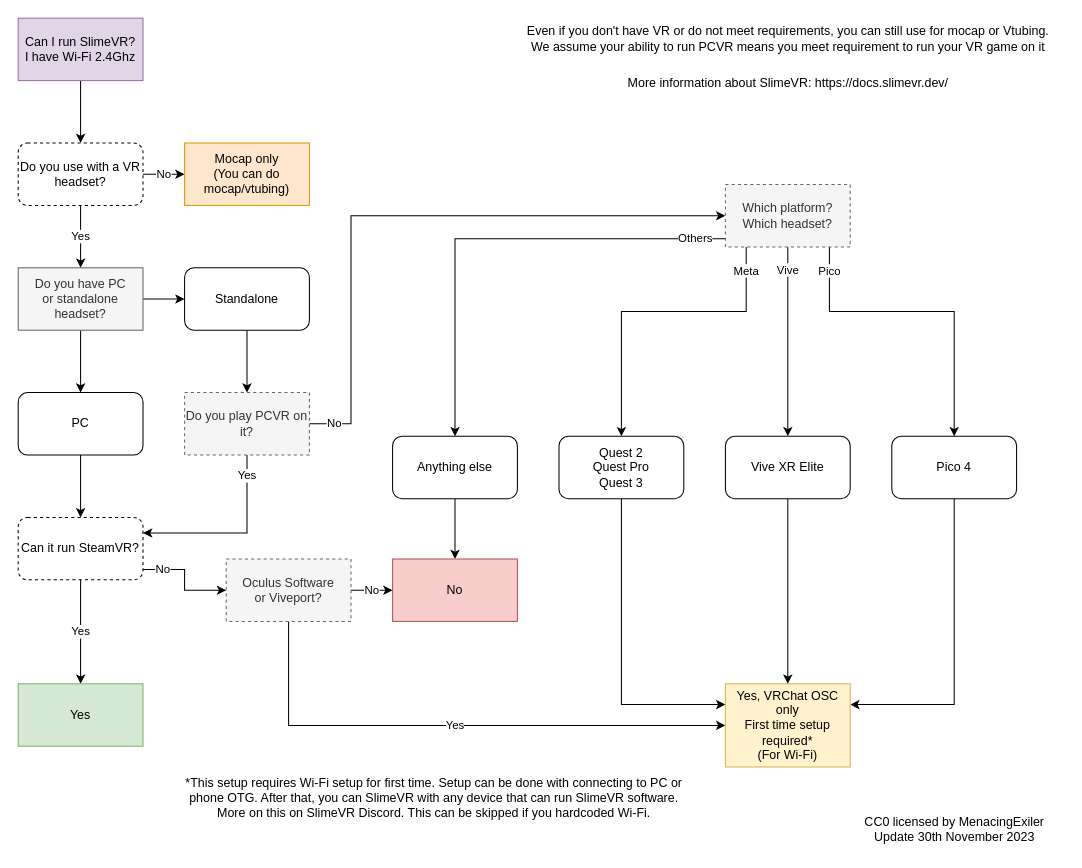
The draw.io diagram SlimeGuide.drawio in MenacingExiler/CanIRunSlimeVR, before the edit. Source tidied: cells renumbered, new cells numbered last; positions are measured from the earlier drawing's top-left corner, leaving out a move shared by most shapes. Both pictures are drawn from the tidied source at 104%, with x=0, y=0 at pixel (18, 18).
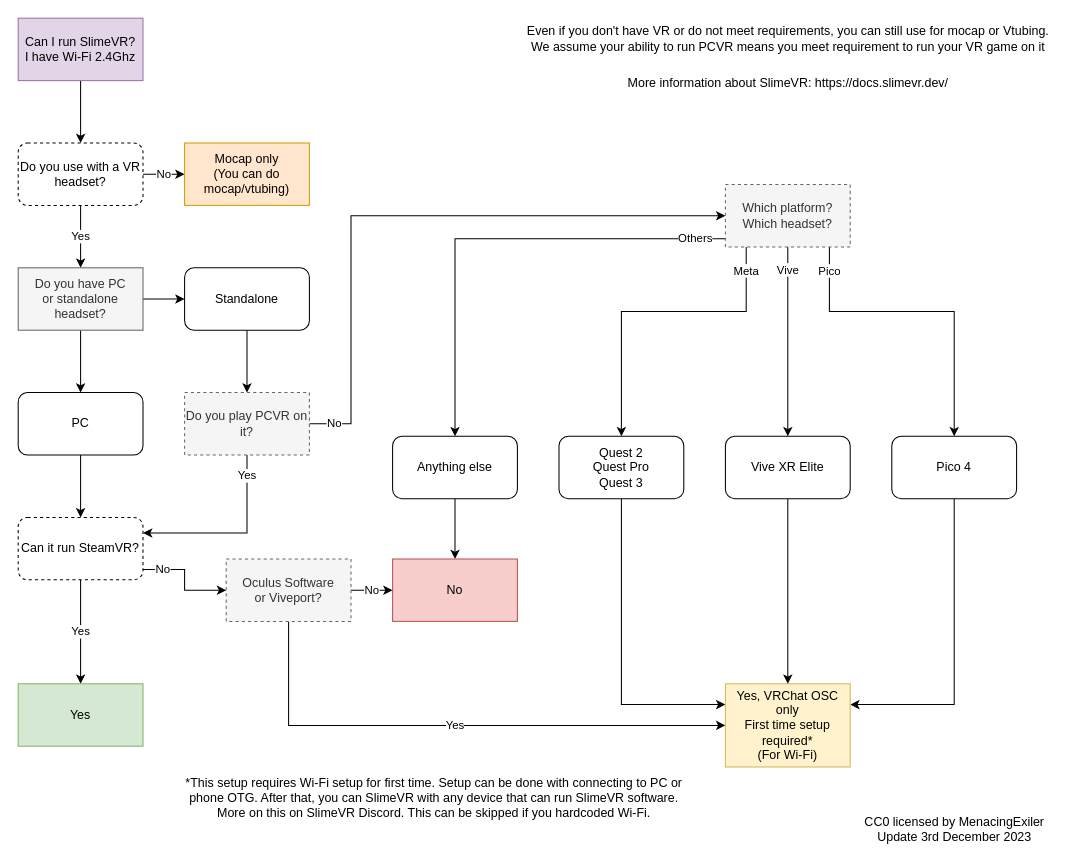
The same page after the edit.

Change to the diagram source:
```diff
@@
-    <mxCell id="38" value="CC0 licensed by MenacingExiler&lt;br&gt;Update 30th November 2023" style="text;html=1;align=center;verticalAlign=middle;strokeColor=none;fillColor=none;" parent="1" vertex="1">
+    <mxCell id="38" value="CC0 licensed by MenacingExiler&lt;br&gt;Update 3rd December 2023" style="text;html=1;align=center;verticalAlign=middle;strokeColor=none;fillColor=none;" parent="1" vertex="1">
       <mxGeometry x="800" y="760" width="200" height="40" as="geometry" />
     </mxCell>
```
